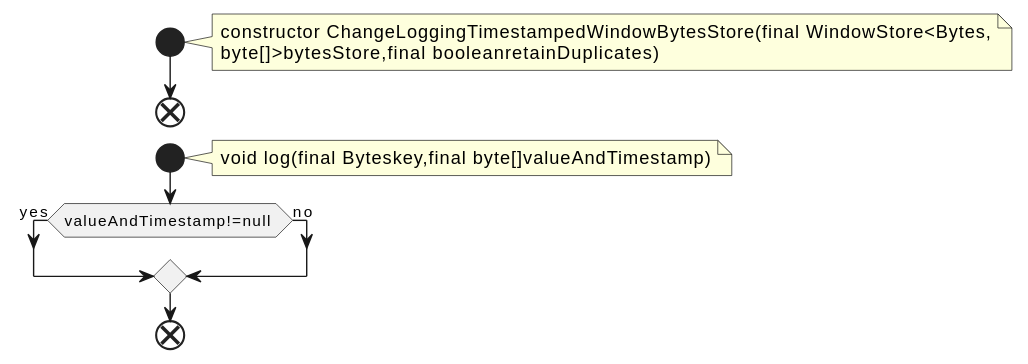
Earlier version of the PlantUML export docs/qc/streams/src/main/java/org/apache/kafka/streams/state/internals/ChangeLoggingTimestampedWindowBytesStore.java.fct.svg (qualitesys/kafka).
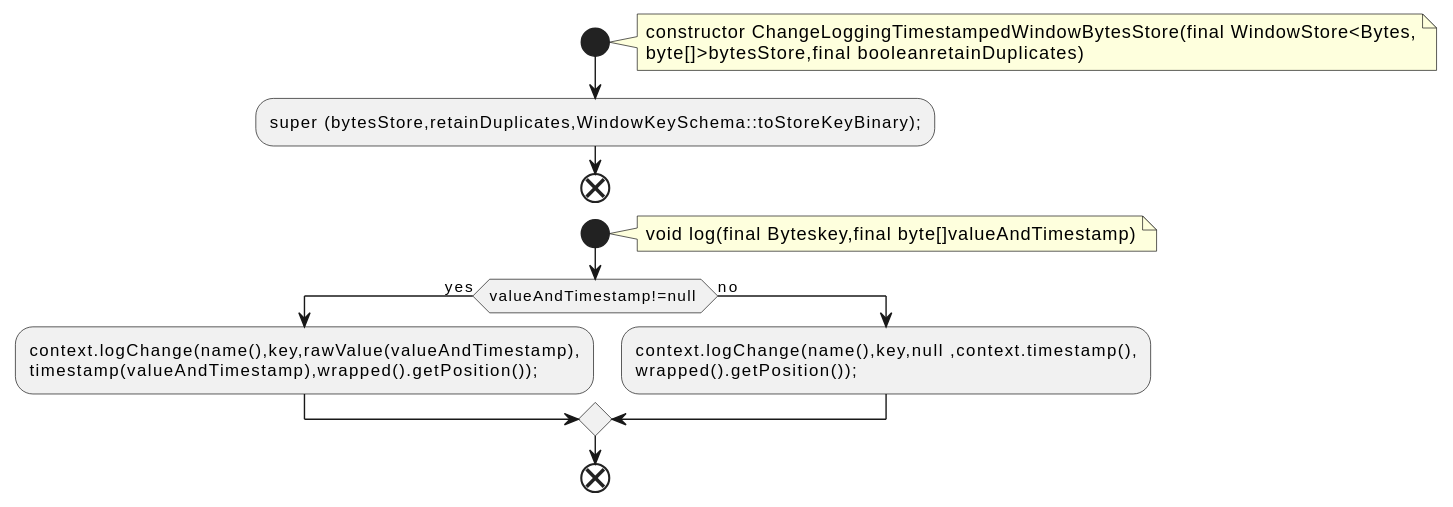
Later version of the same file.

What changed in the source:
```diff
@@ -5,13 +5,18 @@
 constructor ChangeLoggingTimestampedWindowBytesStore(final WindowStore<Bytes,
 byte[]>bytesStore,final booleanretainDuplicates)
 end note
+:super (bytesStore,retainDuplicates,WindowKeySchema::toStoreKeyBinary);;
 end
 start
 note right
 void log(final Byteskey,final byte[]valueAndTimestamp)
 end note
 if (valueAndTimestamp!=null ) then (yes)
+:context.logChange(name(),key,rawValue(valueAndTimestamp),
+timestamp(valueAndTimestamp),wrapped().getPosition());;
 else (no)
+:context.logChange(name(),key,null ,context.timestamp(),
+wrapped().getPosition());;
 endif
 end
 @enduml
```
